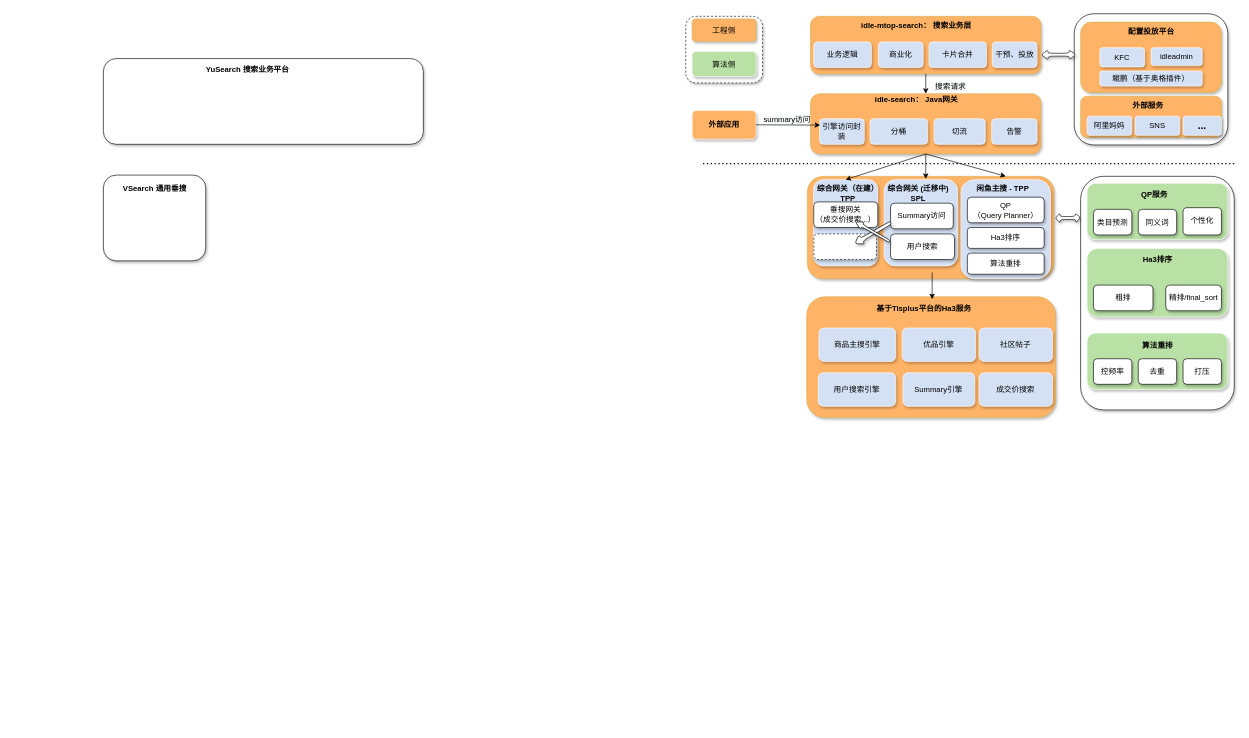
This is 搜索业务大图.drawio from hustpawpaw/charts, a draw.io file, before an edit. Source tidied: cells renumbered, new cells numbered last; positions are measured from the earlier drawing's top-left corner, leaving out a move shared by most shapes. Both pictures are drawn from the tidied source at 64%, with x=0, y=0 at pixel (103, 13).
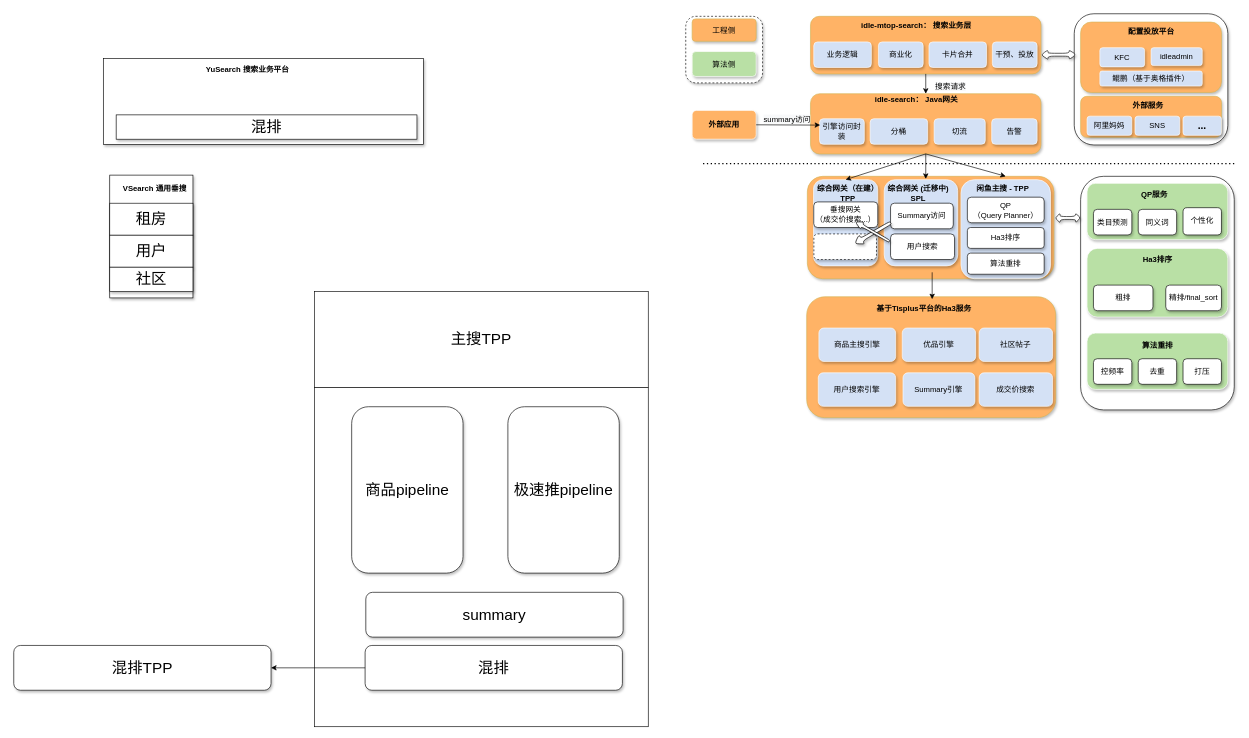
The same diagram, later.

Commit message (it also covers changes not shown here):
Update 搜索业务大图.drawio

The edit, as a diff of the source:
```diff
@@
-    <mxCell id="79" style="rounded=1;whiteSpace=wrap;html=1;shadow=1;" parent="1" vertex="1">
+    <mxCell id="79" style="rounded=0;whiteSpace=wrap;html=1;shadow=1;" parent="1" vertex="1">
       <mxGeometry y="70" width="500" height="134" as="geometry" />
     </mxCell>
@@
-    <mxCell id="81" style="rounded=1;whiteSpace=wrap;html=1;shadow=1;" parent="1" vertex="1">
-      <mxGeometry y="252.1" width="160" height="134" as="geometry" />
+    <mxCell id="81" style="rounded=0;whiteSpace=wrap;html=1;shadow=1;" parent="1" vertex="1">
+      <mxGeometry x="10" y="252.1" width="130" height="191.9" as="geometry" />
     </mxCell>
@@
+    <mxCell id="83" value="租房" style="rounded=0;whiteSpace=wrap;html=1;shadow=1;fontSize=24;" parent="1" vertex="1">
+      <mxGeometry x="10" y="296" width="130" height="50" as="geometry" />
+    </mxCell>
+    <mxCell id="84" value="用户" style="rounded=0;whiteSpace=wrap;html=1;shadow=1;fontSize=24;" parent="1" vertex="1">
+      <mxGeometry x="10" y="346" width="130" height="50" as="geometry" />
+    </mxCell>
+    <mxCell id="85" value="社区" style="rounded=0;whiteSpace=wrap;html=1;shadow=1;fontSize=24;" parent="1" vertex="1">
+      <mxGeometry x="10" y="396" width="130" height="38" as="geometry" />
+    </mxCell>
+    <mxCell id="86" style="rounded=0;whiteSpace=wrap;html=1;fontSize=24;" parent="1" vertex="1">
+      <mxGeometry x="330" y="584" width="521.4" height="530" as="geometry" />
+    </mxCell>
+    <mxCell id="87" value="商品pipeline" style="rounded=1;whiteSpace=wrap;html=1;shadow=1;fontSize=24;" parent="1" vertex="1">
+      <mxGeometry x="388" y="614" width="174" height="260" as="geometry" />
+    </mxCell>
+    <mxCell id="88" value="summary" style="rounded=1;whiteSpace=wrap;html=1;shadow=1;fontSize=24;" parent="1" vertex="1">
+      <mxGeometry x="410.1" y="904" width="402" height="70" as="geometry" />
+    </mxCell>
+    <mxCell id="89" value="极速推pipeline" style="rounded=1;whiteSpace=wrap;html=1;shadow=1;fontSize=24;" parent="1" vertex="1">
+      <mxGeometry x="632.1" y="614" width="174" height="260" as="geometry" />
+    </mxCell>
+    <mxCell id="90" value="混排TPP" style="rounded=1;whiteSpace=wrap;html=1;shadow=1;fontSize=24;" parent="1" vertex="1">
+      <mxGeometry x="-140" y="987" width="402" height="70" as="geometry" />
+    </mxCell>
+    <mxCell id="91" value="主搜TPP" style="rounded=0;whiteSpace=wrap;html=1;fontSize=24;" parent="1" vertex="1">
+      <mxGeometry x="330" y="434" width="521.4" height="150" as="geometry" />
+    </mxCell>
+    <mxCell id="92" value="混排" style="rounded=1;whiteSpace=wrap;html=1;shadow=1;fontSize=24;" parent="1" vertex="1">
+      <mxGeometry x="409" y="987" width="402" height="70" as="geometry" />
+    </mxCell>
+    <mxCell id="93" style="endArrow=classic;html=1;rounded=0;fontSize=24;exitX=0;exitY=0.5;exitDx=0;exitDy=0;entryX=1;entryY=0.5;entryDx=0;entryDy=0;" parent="1" edge="1" source="92" target="90">
+      <mxGeometry relative="1" as="geometry" />
+    </mxCell>
+    <mxCell id="94" value="混排" style="rounded=0;whiteSpace=wrap;html=1;shadow=1;fontSize=24;" parent="1" vertex="1">
+      <mxGeometry x="20" y="158" width="470" height="38" as="geometry" />
+    </mxCell>
```
